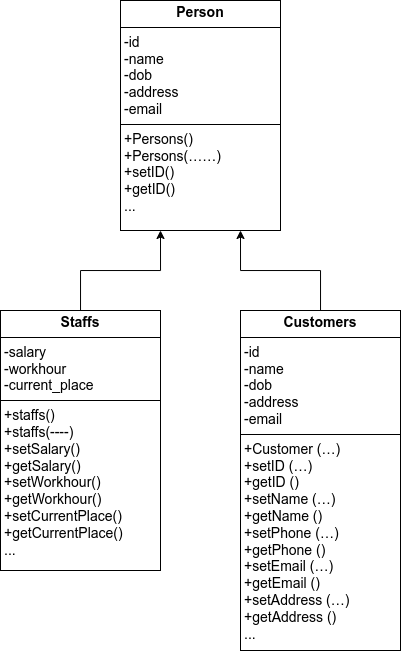
james5635/Year3 keeps this draw.io diagram as ISA/Persons.drawio.png. Above is the earlier version. Source tidied: cells renumbered, new cells last; positions are measured from the earlier drawing's top-left corner, leaving out a move shared by most shapes.
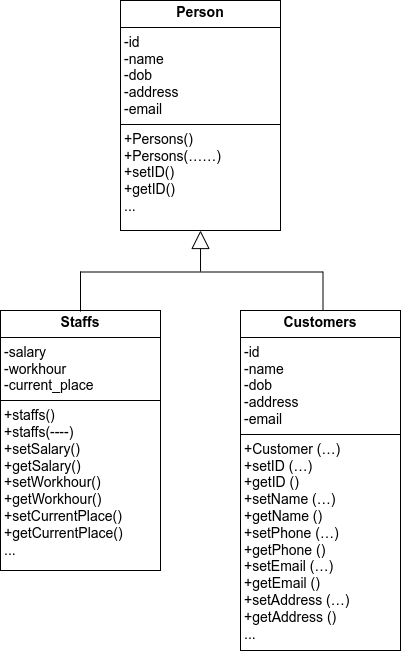
Above is the later version.

Change to the diagram source:
```diff
@@ -5,22 +5,25 @@
     <mxCell id="2" value="&lt;p style=&quot;margin:0px;margin-top:4px;text-align:center;&quot;&gt;&lt;b&gt;&lt;font style=&quot;font-size: 14px;&quot;&gt;Person&lt;/font&gt;&lt;/b&gt;&lt;/p&gt;&lt;hr size=&quot;1&quot; style=&quot;border-style:solid;&quot;&gt;&lt;p style=&quot;margin:0px;margin-left:4px;&quot;&gt;&lt;span id=&quot;docs-internal-guid-afa85c4d-7fff-daf3-67ab-bea37b1ef8b8&quot;&gt;&lt;span style=&quot;font-family: Arial, sans-serif; background-color: transparent; font-variant-numeric: normal; font-variant-east-asian: normal; font-variant-alternates: normal; font-variant-position: normal; vertical-align: baseline; white-space-collapse: preserve;&quot;&gt;&lt;font style=&quot;font-size: 14px;&quot;&gt;-id&lt;/font&gt;&lt;/span&gt;&lt;/span&gt;&lt;/p&gt;&lt;p style=&quot;margin:0px;margin-left:4px;&quot;&gt;&lt;span&gt;&lt;span style=&quot;font-family: Arial, sans-serif; background-color: transparent; font-variant-numeric: normal; font-variant-east-asian: normal; font-variant-alternates: normal; font-variant-position: normal; vertical-align: baseline; white-space-collapse: preserve;&quot;&gt;&lt;font style=&quot;font-size: 14px;&quot;&gt;-name&lt;/font&gt;&lt;/span&gt;&lt;/span&gt;&lt;/p&gt;&lt;p style=&quot;margin:0px;margin-left:4px;&quot;&gt;&lt;span&gt;&lt;span style=&quot;font-family: Arial, sans-serif; background-color: transparent; font-variant-numeric: normal; font-variant-east-asian: normal; font-variant-alternates: normal; font-variant-position: normal; vertical-align: baseline; white-space-collapse: preserve;&quot;&gt;&lt;font style=&quot;font-size: 14px;&quot;&gt;-dob&lt;/font&gt;&lt;/span&gt;&lt;/span&gt;&lt;/p&gt;&lt;p style=&quot;margin:0px;margin-left:4px;&quot;&gt;&lt;span&gt;&lt;span style=&quot;font-family: Arial, sans-serif; background-color: transparent; font-variant-numeric: normal; font-variant-east-asian: normal; font-variant-alternates: normal; font-variant-position: normal; vertical-align: baseline; white-space-collapse: preserve;&quot;&gt;&lt;font style=&quot;font-size: 14px;&quot;&gt;-address&lt;/font&gt;&lt;/span&gt;&lt;/span&gt;&lt;/p&gt;&lt;p style=&quot;margin:0px;margin-left:4px;&quot;&gt;&lt;span&gt;&lt;span style=&quot;font-family: Arial, sans-serif; background-color: transparent; font-variant-numeric: normal; font-variant-east-asian: normal; font-variant-alternates: normal; font-variant-position: normal; vertical-align: baseline; white-space-collapse: preserve;&quot;&gt;&lt;font style=&quot;font-size: 14px;&quot;&gt;-email&lt;/font&gt;&lt;/span&gt;&lt;/span&gt;&lt;/p&gt;&lt;hr size=&quot;1&quot; style=&quot;border-style:solid;&quot;&gt;&lt;p style=&quot;margin:0px;margin-left:4px;&quot;&gt;&lt;span id=&quot;docs-internal-guid-ece8fd21-7fff-6209-9fc7-d0d03fb8eb8e&quot;&gt;&lt;span style=&quot;font-family: Arial, sans-serif; background-color: transparent; font-variant-numeric: normal; font-variant-east-asian: normal; font-variant-alternates: normal; font-variant-position: normal; vertical-align: baseline; white-space-collapse: preserve;&quot;&gt;&lt;font style=&quot;font-size: 14px;&quot;&gt;+Persons() +Persons(……) &lt;/font&gt;&lt;/span&gt;&lt;/span&gt;&lt;/p&gt;&lt;p style=&quot;margin:0px;margin-left:4px;&quot;&gt;&lt;span&gt;&lt;span style=&quot;font-family: Arial, sans-serif; background-color: transparent; font-variant-numeric: normal; font-variant-east-asian: normal; font-variant-alternates: normal; font-variant-position: normal; vertical-align: baseline; white-space-collapse: preserve;&quot;&gt;&lt;font style=&quot;font-size: 14px;&quot;&gt;+setID() &lt;/font&gt;&lt;/span&gt;&lt;/span&gt;&lt;/p&gt;&lt;p style=&quot;margin:0px;margin-left:4px;&quot;&gt;&lt;span&gt;&lt;span style=&quot;font-family: Arial, sans-serif; background-color: transparent; font-variant-numeric: normal; font-variant-east-asian: normal; font-variant-alternates: normal; font-variant-position: normal; vertical-align: baseline; white-space-collapse: preserve;&quot;&gt;&lt;font style=&quot;font-size: 14px;&quot;&gt;+getID()&lt;/font&gt;&lt;/span&gt;&lt;/span&gt;&lt;/p&gt;&lt;p style=&quot;margin:0px;margin-left:4px;&quot;&gt;&lt;span&gt;&lt;span style=&quot;font-family: Arial, sans-serif; background-color: transparent; font-variant-numeric: normal; font-variant-east-asian: normal; font-variant-alternates: normal; font-variant-position: normal; vertical-align: baseline; white-space-collapse: preserve;&quot;&gt;&lt;font style=&quot;font-size: 14px;&quot;&gt;...&lt;/font&gt;&lt;/span&gt;&lt;/span&gt;&lt;/p&gt;" style="verticalAlign=top;align=left;overflow=fill;html=1;whiteSpace=wrap;" parent="1" vertex="1">
       <mxGeometry x="120" width="160" height="230" as="geometry" />
     </mxCell>
-    <mxCell id="3" style="edgeStyle=orthogonalEdgeStyle;rounded=0;jettySize=auto;html=1;entryX=0.25;entryY=1;entryDx=0;entryDy=0;" parent="1" edge="1" source="4" target="2">
-      <mxGeometry relative="1" as="geometry" />
-    </mxCell>
     <mxCell id="4" value="&lt;p style=&quot;margin:0px;margin-top:4px;text-align:center;&quot;&gt;&lt;b&gt;&lt;font style=&quot;font-size: 14px;&quot;&gt;Staffs&lt;/font&gt;&lt;/b&gt;&lt;/p&gt;&lt;hr size=&quot;1&quot; style=&quot;border-style:solid;&quot;&gt;&lt;p style=&quot;margin:0px;margin-left:4px;&quot;&gt;&lt;span id=&quot;docs-internal-guid-a7668d2a-7fff-61e5-81e5-cb55f21d3c19&quot;&gt;&lt;span style=&quot;background-color: transparent; font-variant-numeric: normal; font-variant-east-asian: normal; font-variant-alternates: normal; font-variant-position: normal; vertical-align: baseline; white-space-collapse: preserve;&quot;&gt;&lt;font style=&quot;font-size: 14px;&quot; face=&quot;Helvetica&quot;&gt;-salary&lt;/font&gt;&lt;/span&gt;&lt;/span&gt;&lt;/p&gt;&lt;p style=&quot;margin:0px;margin-left:4px;&quot;&gt;&lt;span style=&quot;background-color: transparent; white-space-collapse: preserve;&quot;&gt;&lt;font style=&quot;font-size: 14px;&quot; face=&quot;Helvetica&quot;&gt;-workhour&lt;/font&gt;&lt;/span&gt;&lt;/p&gt;&lt;p style=&quot;margin:0px;margin-left:4px;&quot;&gt;&lt;span&gt;&lt;span style=&quot;background-color: transparent; font-variant-numeric: normal; font-variant-east-asian: normal; font-variant-alternates: normal; font-variant-position: normal; vertical-align: baseline; white-space-collapse: preserve;&quot;&gt;&lt;font style=&quot;font-size: 14px;&quot; face=&quot;Helvetica&quot;&gt;-current_place&lt;/font&gt;&lt;/span&gt;&lt;/span&gt;&lt;/p&gt;&lt;hr size=&quot;1&quot; style=&quot;border-style:solid;&quot;&gt;&lt;p style=&quot;margin:0px;margin-left:4px;&quot;&gt;&lt;span style=&quot;background-color: transparent; font-family: Arial, sans-serif; white-space-collapse: preserve;&quot;&gt;&lt;font style=&quot;font-size: 14px;&quot;&gt;+staffs()&lt;/font&gt;&lt;/span&gt;&lt;/p&gt;&lt;p style=&quot;margin:0px;margin-left:4px;&quot;&gt;&lt;span style=&quot;background-color: transparent; font-family: Arial, sans-serif; white-space-collapse: preserve;&quot;&gt;&lt;font style=&quot;font-size: 14px;&quot;&gt;+staffs(----)&lt;/font&gt;&lt;/span&gt;&lt;/p&gt;&lt;p style=&quot;margin:0px;margin-left:4px;&quot;&gt;&lt;span style=&quot;background-color: transparent; font-family: Arial, sans-serif; white-space-collapse: preserve;&quot;&gt;&lt;font style=&quot;font-size: 14px;&quot;&gt;+setSalary()&lt;/font&gt;&lt;/span&gt;&lt;/p&gt;&lt;p style=&quot;margin:0px;margin-left:4px;&quot;&gt;&lt;span style=&quot;background-color: transparent; font-family: Arial, sans-serif; white-space-collapse: preserve;&quot;&gt;&lt;font style=&quot;font-size: 14px;&quot;&gt;+getSalary()&lt;/font&gt;&lt;/span&gt;&lt;/p&gt;&lt;p style=&quot;margin:0px;margin-left:4px;&quot;&gt;&lt;font style=&quot;font-size: 14px;&quot;&gt;&lt;span style=&quot;background-color: transparent; font-family: Arial, sans-serif; white-space-collapse: preserve;&quot;&gt;+&lt;/span&gt;&lt;span style=&quot;background-color: transparent; font-family: Arial, sans-serif; white-space-collapse: preserve;&quot;&gt;setWorkhour()&lt;/span&gt;&lt;/font&gt;&lt;/p&gt;&lt;p style=&quot;margin:0px;margin-left:4px;&quot;&gt;&lt;span style=&quot;background-color: transparent; font-family: Arial, sans-serif; white-space-collapse: preserve;&quot;&gt;&lt;font style=&quot;font-size: 14px;&quot;&gt;+getWorkhour()&lt;/font&gt;&lt;/span&gt;&lt;/p&gt;&lt;p style=&quot;margin:0px;margin-left:4px;&quot;&gt;&lt;span style=&quot;background-color: transparent; font-family: Arial, sans-serif; white-space-collapse: preserve;&quot;&gt;&lt;font style=&quot;font-size: 14px;&quot;&gt;+setCurrentPlace()&lt;/font&gt;&lt;/span&gt;&lt;/p&gt;&lt;p style=&quot;margin:0px;margin-left:4px;&quot;&gt;&lt;span style=&quot;background-color: transparent; font-family: Arial, sans-serif; white-space-collapse: preserve;&quot;&gt;&lt;font style=&quot;font-size: 14px;&quot;&gt;+getCurrentPlace()&lt;/font&gt;&lt;/span&gt;&lt;/p&gt;&lt;p style=&quot;margin:0px;margin-left:4px;&quot;&gt;&lt;span style=&quot;background-color: transparent; font-family: Arial, sans-serif; white-space-collapse: preserve;&quot;&gt;&lt;font style=&quot;font-size: 14px;&quot;&gt;...&lt;/font&gt;&lt;/span&gt;&lt;/p&gt;" style="verticalAlign=top;align=left;overflow=fill;html=1;whiteSpace=wrap;" parent="1" vertex="1">
       <mxGeometry y="310" width="160" height="260" as="geometry" />
     </mxCell>
-    <mxCell id="5" style="edgeStyle=orthogonalEdgeStyle;rounded=0;jettySize=auto;html=1;entryX=0.75;entryY=1;entryDx=0;entryDy=0;" parent="1" edge="1" source="6" target="2">
-      <mxGeometry relative="1" as="geometry">
-        <Array as="points">
-          <mxPoint x="320" y="270" />
-          <mxPoint x="240" y="270" />
-        </Array>
-      </mxGeometry>
-    </mxCell>
     <mxCell id="6" value="&lt;p style=&quot;margin:0px;margin-top:4px;text-align:center;&quot;&gt;&lt;b&gt;&lt;font style=&quot;font-size: 14px;&quot;&gt;Customers&lt;/font&gt;&lt;/b&gt;&lt;/p&gt;&lt;hr size=&quot;1&quot; style=&quot;border-style:solid;&quot;&gt;&lt;div style=&quot;margin-left: 4px;&quot;&gt;&lt;font style=&quot;font-size: 14px;&quot;&gt;-&lt;span style=&quot;background-color: transparent; font-family: Arial, sans-serif; white-space-collapse: preserve;&quot;&gt;id&lt;/span&gt;&lt;/font&gt;&lt;/div&gt;&lt;div style=&quot;margin-left: 4px;&quot;&gt;&lt;span style=&quot;background-color: transparent; font-family: Arial, sans-serif; white-space-collapse: preserve;&quot;&gt;&lt;font style=&quot;font-size: 14px;&quot;&gt;-name&lt;/font&gt;&lt;/span&gt;&lt;/div&gt;&lt;div style=&quot;margin-left: 4px;&quot;&gt;&lt;span style=&quot;background-color: transparent; font-family: Arial, sans-serif; white-space-collapse: preserve;&quot;&gt;&lt;font style=&quot;font-size: 14px;&quot;&gt;-dob&lt;/font&gt;&lt;/span&gt;&lt;/div&gt;&lt;div style=&quot;margin-left: 4px;&quot;&gt;&lt;span style=&quot;background-color: transparent; font-family: Arial, sans-serif; white-space-collapse: preserve;&quot;&gt;&lt;font style=&quot;font-size: 14px;&quot;&gt;-address&lt;/font&gt;&lt;/span&gt;&lt;/div&gt;&lt;div style=&quot;margin-left: 4px;&quot;&gt;&lt;span style=&quot;background-color: transparent; font-family: Arial, sans-serif; white-space-collapse: preserve;&quot;&gt;&lt;font style=&quot;font-size: 14px;&quot;&gt;-email&lt;/font&gt;&lt;/span&gt;&lt;/div&gt;&lt;div&gt;&lt;div style=&quot;margin-left: 0px;&quot;&gt;&lt;div style=&quot;margin-left: 0px;&quot;&gt;&lt;div style=&quot;margin-left: 0px;&quot;&gt;&lt;hr size=&quot;1&quot; style=&quot;border-style:solid;&quot;&gt;&lt;p style=&quot;margin:0px;margin-left:4px;&quot;&gt;&lt;font style=&quot;font-size: 14px;&quot;&gt;+&lt;span style=&quot;background-color: transparent; font-family: Arial, sans-serif; white-space-collapse: preserve;&quot;&gt;Customer (…)&lt;/span&gt;&lt;/font&gt;&lt;/p&gt;&lt;p style=&quot;margin:0px;margin-left:4px;&quot;&gt;&lt;span style=&quot;background-color: transparent; font-family: Arial, sans-serif; white-space-collapse: preserve;&quot;&gt;&lt;font style=&quot;font-size: 14px;&quot;&gt;+setID (…)&lt;/font&gt;&lt;/span&gt;&lt;/p&gt;&lt;p style=&quot;margin:0px;margin-left:4px;&quot;&gt;&lt;span style=&quot;background-color: transparent; font-family: Arial, sans-serif; white-space-collapse: preserve;&quot;&gt;&lt;font style=&quot;font-size: 14px;&quot;&gt;+getID ()&lt;/font&gt;&lt;/span&gt;&lt;/p&gt;&lt;p style=&quot;margin:0px;margin-left:4px;&quot;&gt;&lt;span style=&quot;background-color: transparent; font-family: Arial, sans-serif; white-space-collapse: preserve;&quot;&gt;&lt;font style=&quot;font-size: 14px;&quot;&gt;+setName (…)&amp;nbsp;&lt;/font&gt;&lt;/span&gt;&lt;/p&gt;&lt;p style=&quot;margin:0px;margin-left:4px;&quot;&gt;&lt;span style=&quot;background-color: transparent; font-family: Arial, sans-serif; white-space-collapse: preserve;&quot;&gt;&lt;font style=&quot;font-size: 14px;&quot;&gt;+getName ()&lt;/font&gt;&lt;/span&gt;&lt;/p&gt;&lt;p style=&quot;margin:0px;margin-left:4px;&quot;&gt;&lt;span style=&quot;background-color: transparent; font-family: Arial, sans-serif; white-space-collapse: preserve;&quot;&gt;&lt;font style=&quot;font-size: 14px;&quot;&gt;+setPhone (…)&lt;/font&gt;&lt;/span&gt;&lt;/p&gt;&lt;p style=&quot;margin:0px;margin-left:4px;&quot;&gt;&lt;span style=&quot;background-color: transparent; font-family: Arial, sans-serif; white-space-collapse: preserve;&quot;&gt;&lt;font style=&quot;font-size: 14px;&quot;&gt;+getPhone ()&lt;/font&gt;&lt;/span&gt;&lt;/p&gt;&lt;p style=&quot;margin:0px;margin-left:4px;&quot;&gt;&lt;span style=&quot;background-color: transparent; font-family: Arial, sans-serif; white-space-collapse: preserve;&quot;&gt;&lt;font style=&quot;font-size: 14px;&quot;&gt;+setEmail (…)&amp;nbsp;&lt;/font&gt;&lt;/span&gt;&lt;/p&gt;&lt;p style=&quot;margin:0px;margin-left:4px;&quot;&gt;&lt;span style=&quot;font-size: 14px; background-color: transparent; font-family: Arial, sans-serif; white-space-collapse: preserve;&quot;&gt;+getEmail ()&lt;/span&gt;&lt;/p&gt;&lt;p style=&quot;margin:0px;margin-left:4px;&quot;&gt;&lt;span style=&quot;font-size: 14px; background-color: transparent; font-family: Arial, sans-serif; white-space-collapse: preserve;&quot;&gt;+setAddress (…)&lt;/span&gt;&lt;/p&gt;&lt;p style=&quot;margin:0px;margin-left:4px;&quot;&gt;&lt;span style=&quot;font-size: 14px; background-color: transparent; font-family: Arial, sans-serif; white-space-collapse: preserve;&quot;&gt;+getAddress ()&lt;/span&gt;&lt;/p&gt;&lt;p style=&quot;margin:0px;margin-left:4px;&quot;&gt;&lt;span style=&quot;font-size: 14px; background-color: transparent; font-family: Arial, sans-serif; white-space-collapse: preserve;&quot;&gt;...&lt;/span&gt;&lt;/p&gt;&lt;span id=&quot;docs-internal-guid-d126e76c-7fff-6953-8aaa-ef04776a9f3a&quot;&gt;&lt;div&gt;&lt;span style=&quot;font-size: 11pt; font-family: Arial, sans-serif; background-color: transparent; font-variant-numeric: normal; font-variant-east-asian: normal; font-variant-alternates: normal; font-variant-position: normal; vertical-align: baseline; white-space-collapse: preserve;&quot;&gt;&lt;br&gt;&lt;/span&gt;&lt;/div&gt;&lt;/span&gt;&lt;/div&gt;&lt;/div&gt;&lt;/div&gt;&lt;/div&gt;" style="verticalAlign=top;align=left;overflow=fill;html=1;whiteSpace=wrap;" parent="1" vertex="1">
       <mxGeometry x="240" y="310" width="160" height="340" as="geometry" />
     </mxCell>
+    <mxCell id="7" style="line;strokeWidth=1;fillColor=none;align=left;verticalAlign=middle;spacingTop=-1;spacingLeft=3;spacingRight=3;labelPosition=right;points=[];portConstraint=eastwest;strokeColor=inherit;" parent="1" vertex="1">
+      <mxGeometry x="79.5" y="271" width="243" height="1" as="geometry" />
+    </mxCell>
+    <mxCell id="8" style="line;strokeWidth=1;fillColor=none;align=left;verticalAlign=middle;spacingTop=-1;spacingLeft=3;spacingRight=3;labelPosition=right;strokeColor=inherit;direction=south;" parent="1" vertex="1">
+      <mxGeometry x="74" y="271" width="12" height="40" as="geometry" />
+    </mxCell>
+    <mxCell id="9" style="line;strokeWidth=1;fillColor=none;align=left;verticalAlign=middle;spacingTop=-1;spacingLeft=3;spacingRight=3;labelPosition=right;strokeColor=inherit;direction=south;" parent="1" vertex="1">
+      <mxGeometry x="316.5" y="271" width="12" height="39" as="geometry" />
+    </mxCell>
+    <mxCell id="10" style="endArrow=block;endSize=16;endFill=0;html=1;rounded=0;exitX=0.496;exitY=0.062;exitDx=0;exitDy=0;exitPerimeter=0;" parent="1" edge="1" source="7">
+      <mxGeometry relative="1" as="geometry">
+        <mxPoint x="200" y="230" as="targetPoint" />
+      </mxGeometry>
+    </mxCell>
   </root>
 </mxGraphModel>
```
